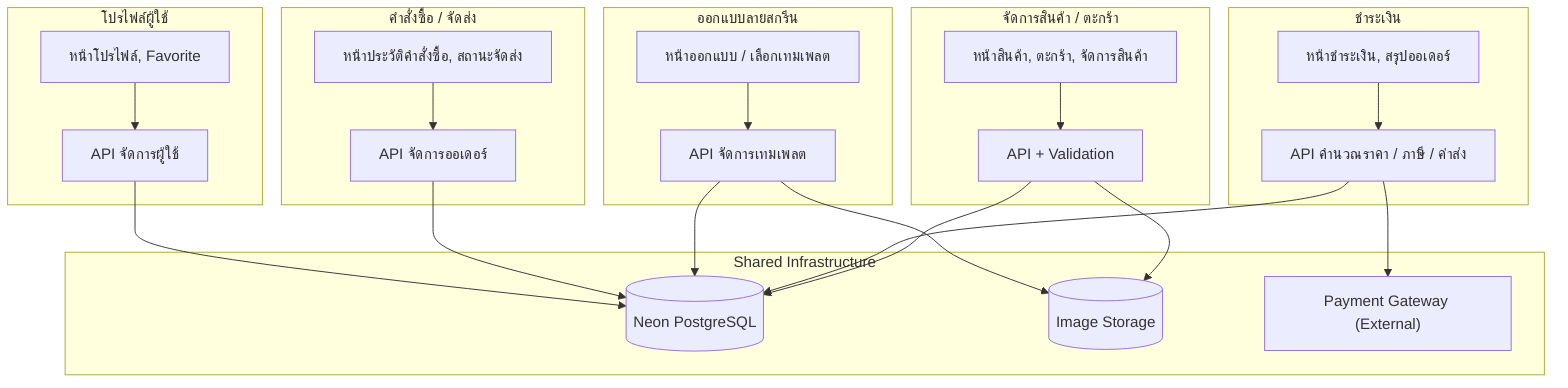
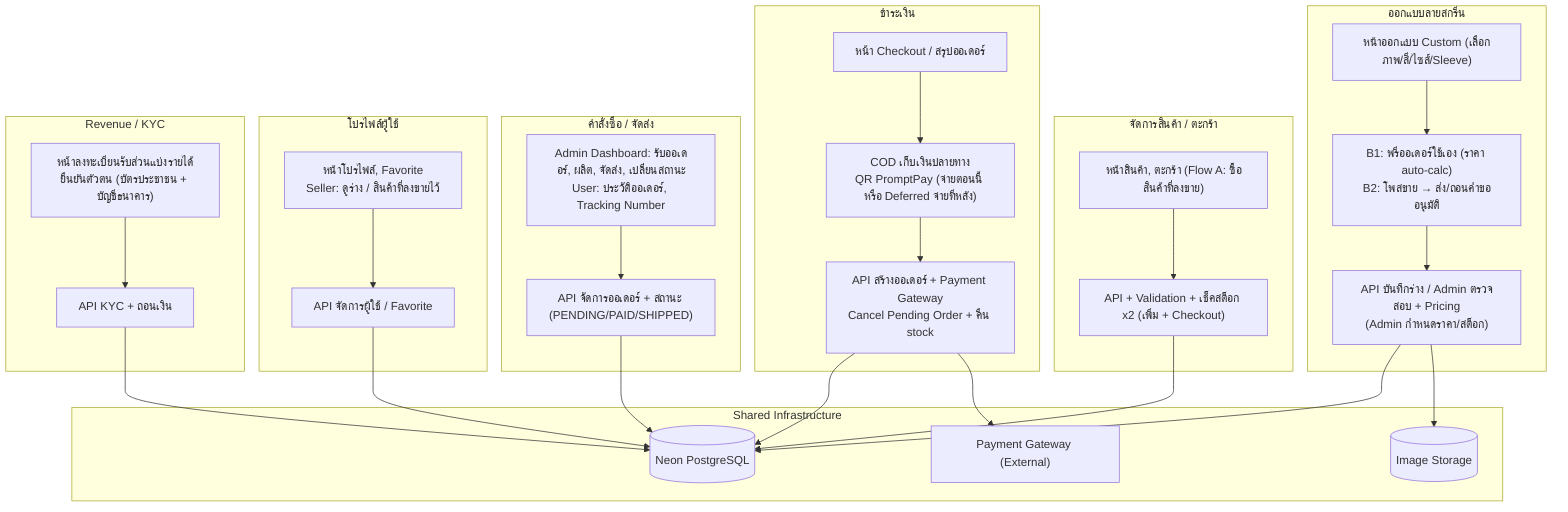
flowchart TD
    subgraph F1["จัดการสินค้า / ตะกร้า"]
-         F1_UI["หน้าสินค้า, ตะกร้า, จัดการสินค้า"]
-         F1_Logic["API + Validation"]
+         F1_UI["หน้าสินค้า, ตะกร้า (Flow A: ซื้อสินค้าที่ลงขาย)"]
+         F1_Logic["API + Validation + เช็คสต็อก x2 (เพิ่ม + Checkout)"]
        F1_UI --> F1_Logic
    end

-     subgraph F2["ชำระเงิน"]
-         F2_UI["หน้าชำระเงิน, สรุปออเดอร์"]
-         F2_Logic["API คำนวณราคา / ภาษี / ค่าส่ง"]
-         F2_UI --> F2_Logic
+     subgraph F3["ออกแบบลายสกรีน"]
+         F3_UI["หน้าออกแบบ Custom (เลือกภาพ/สี/ไซส์/Sleeve)"]
+         F3_Choice["B1: พรีออเดอร์ใช้เอง (ราคา auto-calc)\nB2: โพสขาย → ส่ง/ถอนคำขออนุมัติ"]
+         F3_Logic["API บันทึกร่าง / Admin ตรวจสอบ + Pricing\n(Admin กำหนดราคา/สต็อก)"]
+         F3_UI --> F3_Choice
+         F3_Choice --> F3_Logic
    end

-     subgraph F3["ออกแบบลายสกรีน"]
-         F3_UI["หน้าออกแบบ / เลือกเทมเพลต"]
-         F3_Logic["API จัดการเทมเพลต"]
-         F3_UI --> F3_Logic
+     subgraph F2["ชำระเงิน"]
+         F2_UI["หน้า Checkout / สรุปออเดอร์"]
+         F2_Choice["COD เก็บเงินปลายทาง\nQR PromptPay (จ่ายตอนนี้ หรือ Deferred จ่ายทีหลัง)"]
+         F2_Logic["API สร้างออเดอร์ + Payment Gateway\nCancel Pending Order + คืน stock"]
+         F2_UI --> F2_Choice
+         F2_Choice --> F2_Logic
    end

    subgraph F4["คำสั่งซื้อ / จัดส่ง"]
-         F4_UI["หน้าประวัติคำสั่งซื้อ, สถานะจัดส่ง"]
-         F4_Logic["API จัดการออเดอร์"]
+         F4_UI["Admin Dashboard: รับออเดอร์, ผลิต, จัดส่ง, เปลี่ยนสถานะ\nUser: ประวัติออเดอร์, Tracking Number"]
+         F4_Logic["API จัดการออเดอร์ + สถานะ (PENDING/PAID/SHIPPED)"]
        F4_UI --> F4_Logic
    end

    subgraph F5["โปรไฟล์ผู้ใช้"]
-         F5_UI["หน้าโปรไฟล์, Favorite"]
-         F5_Logic["API จัดการผู้ใช้"]
+         F5_UI["หน้าโปรไฟล์, Favorite\nSeller: ดูร่าง / สินค้าที่ลงขายไว้"]
+         F5_Logic["API จัดการผู้ใช้ / Favorite"]
        F5_UI --> F5_Logic
+     end
+ 
+     subgraph F6["Revenue / KYC"]
+         F6_UI["หน้าลงทะเบียนรับส่วนแบ่งรายได้\nยืนยันตัวตน (บัตรประชาชน + บัญชีธนาคาร)"]
+         F6_Logic["API KYC + ถอนเงิน"]
+         F6_UI --> F6_Logic
    end

    subgraph Infra["Shared Infrastructure"]
        DB[("Neon PostgreSQL")]
        ImgStorage[("Image Storage")]
        PaymentGW["Payment Gateway (External)"]
    end

    F1_Logic --> DB
-     F1_Logic --> ImgStorage
    F2_Logic --> DB
    F2_Logic --> PaymentGW
    F3_Logic --> DB
    F3_Logic --> ImgStorage
    F4_Logic --> DB
    F5_Logic --> DB
+     F6_Logic --> DB